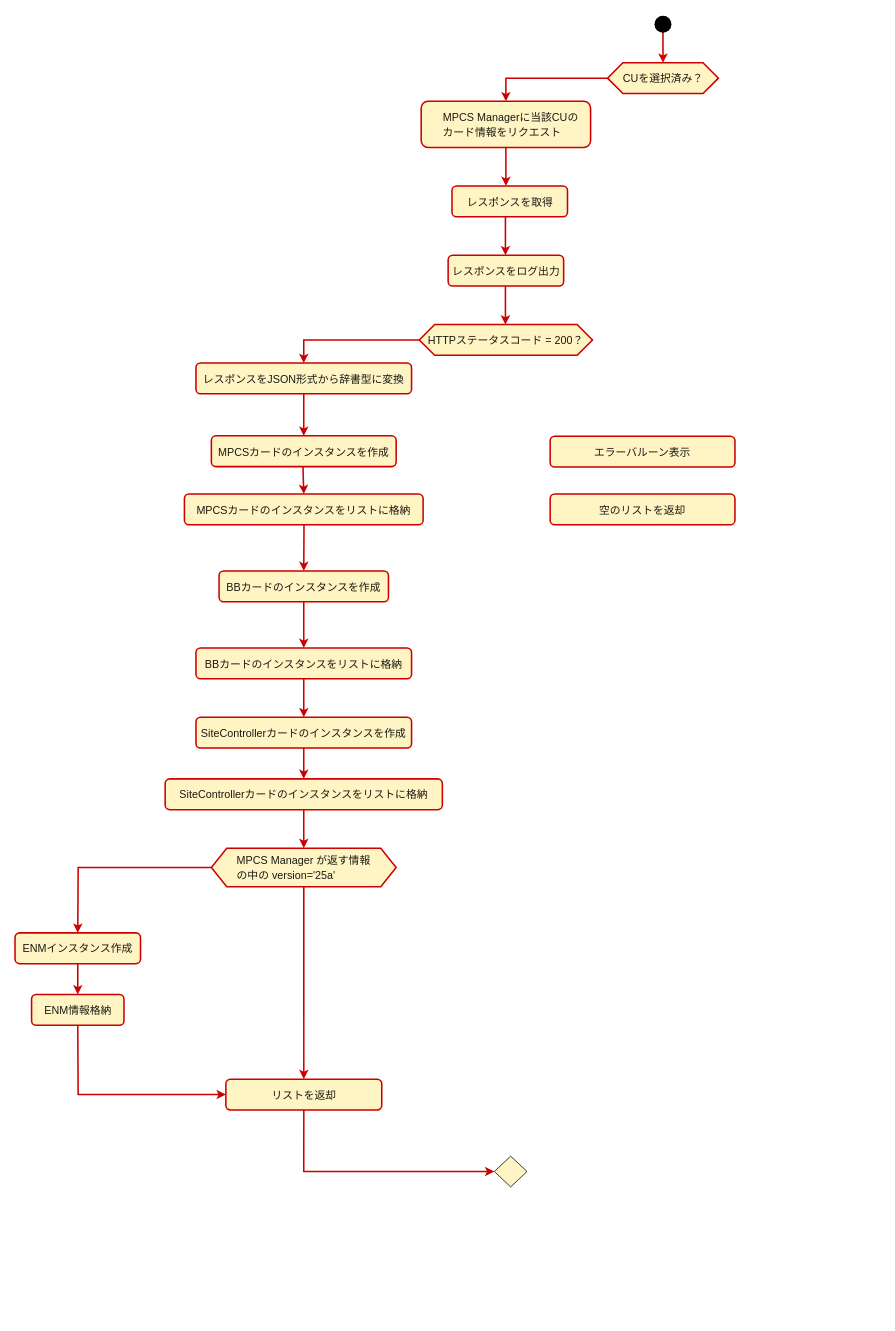
Earlier version of the draw.io diagram 未命名绘图.drawio (Neoby-han/anyconnet). Source tidied: cells renumbered, new cells numbered last; positions are measured from the earlier drawing's top-left corner, leaving out a move shared by most shapes. Both pictures are drawn from the tidied source at 77%, with x=0, y=0 at pixel (15, 16).
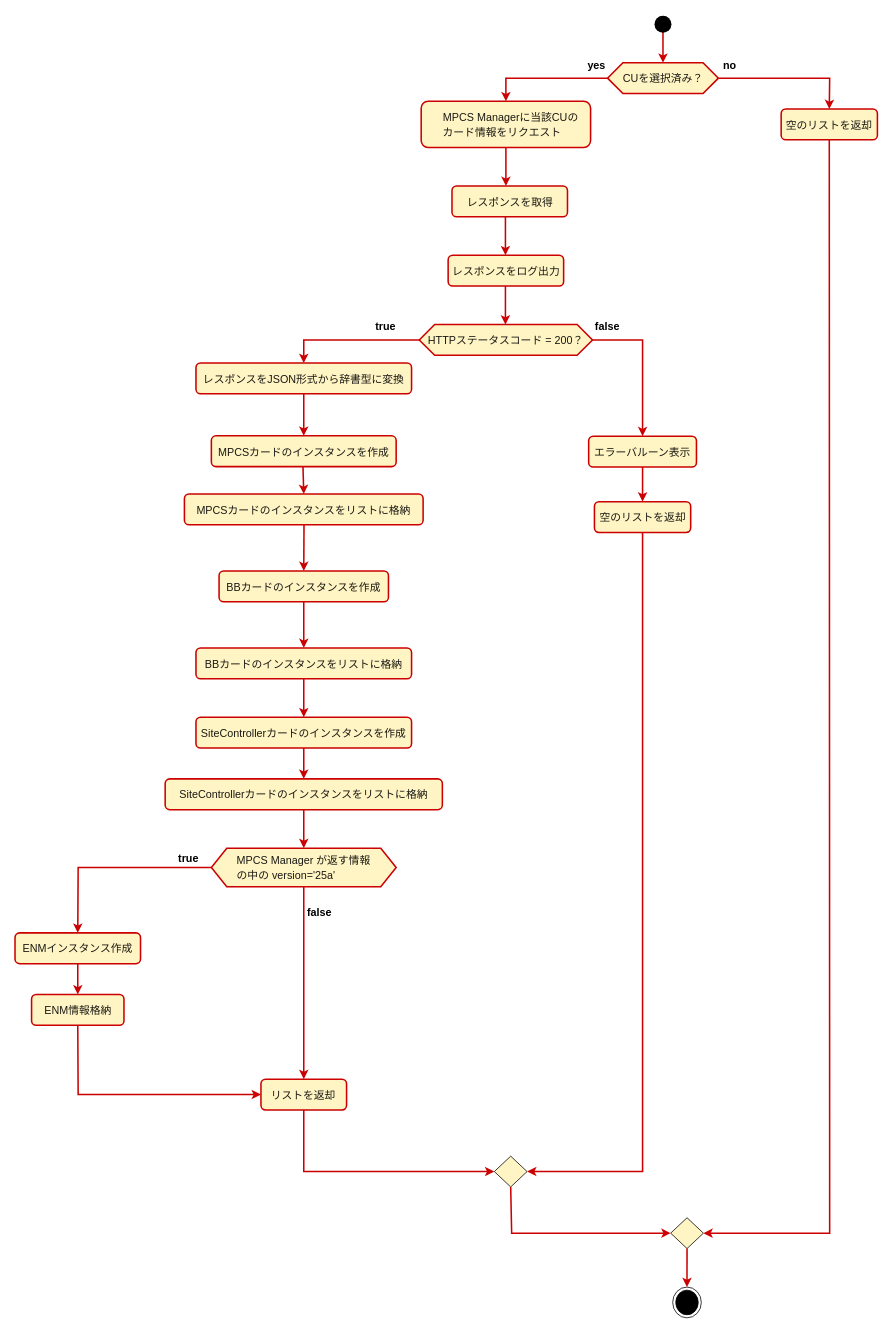
Above is the later version.

Commit message (it also covers changes not shown here):
更新未命名绘图.drawio

The change refers to these unchanged cells:
```xml
<mxCell id="2" value="&lt;pre style=&quot;margin-top: 0px; margin-bottom: 0px; padding: 0px; border: 0px; font-variant-numeric: inherit; font-variant-east-asian: inherit; font-variant-alternates: inherit; font-variant-position: inherit; font-variant-emoji: inherit; font-stretch: inherit; font-size: 16px; line-height: inherit; font-family: inherit; font-optical-sizing: inherit; font-size-adjust: inherit; font-kerning: inherit; font-feature-settings: inherit; font-variation-settings: inherit; vertical-align: baseline; color: rgba(0, 0, 0, 0.9); text-align: start;&quot;&gt;&lt;code style=&quot;margin: 0px 8px; padding: 2px 4px; border: none; font-style: inherit; font-variant: inherit; font-weight: inherit; font-stretch: inherit; font-size: 14px; line-height: inherit; font-family: inherit; font-optical-sizing: inherit; font-size-adjust: inherit; font-kerning: inherit; font-feature-settings: inherit; font-variation-settings: inherit; vertical-align: baseline; word-break: break-word; border-radius: 4px; color: var(--yb-md-inline-code-color);&quot;&gt;CUを選択済み？&lt;/code&gt;&lt;/pre&gt;" style="shape=hexagon;perimeter=hexagonPerimeter2;whiteSpace=wrap;html=1;fixedSize=1;fillColor=#FFF4C3;strokeColor=#CC0000;strokeWidth=2;fillStyle=auto;" parent="1" vertex="1">
  <mxGeometry x="769.5" y="60" width="144" height="40" as="geometry" />
</mxCell>
<mxCell id="12" value="&lt;pre style=&quot;margin-top: 0px; margin-bottom: 0px; padding: 0px; border: 0px; font-variant-numeric: inherit; font-variant-east-asian: inherit; font-variant-alternates: inherit; font-variant-position: inherit; font-variant-emoji: inherit; font-stretch: inherit; font-size: 16px; line-height: inherit; font-family: inherit; font-optical-sizing: inherit; font-size-adjust: inherit; font-kerning: inherit; font-feature-settings: inherit; font-variation-settings: inherit; vertical-align: baseline; color: rgba(0, 0, 0, 0.9); text-align: start;&quot;&gt;&lt;pre style=&quot;margin-top: 0px; margin-bottom: 0px; padding: 0px; border: 0px; font-variant-numeric: inherit; font-variant-east-asian: inherit; font-variant-alternates: inherit; font-variant-position: inherit; font-variant-emoji: inherit; font-stretch: inherit; line-height: inherit; font-family: inherit; font-optical-sizing: inherit; font-size-adjust: inherit; font-kerning: inherit; font-feature-settings: inherit; font-variation-settings: inherit; vertical-align: baseline;&quot;&gt;&lt;code style=&quot;margin: 0px 8px; padding: 2px 4px; border: none; font-style: inherit; font-variant: inherit; font-weight: inherit; font-stretch: inherit; font-size: 14px; line-height: inherit; font-family: inherit; font-optical-sizing: inherit; font-size-adjust: inherit; font-kerning: inherit; font-feature-settings: inherit; font-variation-settings: inherit; vertical-align: baseline; word-break: break-word; border-radius: 4px; color: var(--yb-md-inline-code-color);&quot;&gt;HTTPステータスコード = 200？&lt;/code&gt;&lt;/pre&gt;&lt;/pre&gt;" style="shape=hexagon;perimeter=hexagonPerimeter2;whiteSpace=wrap;html=1;fixedSize=1;fillColor=#FFF4C3;strokeColor=#CC0000;strokeWidth=2;fillStyle=auto;" parent="1" vertex="1">
  <mxGeometry x="525" y="400" width="225" height="40" as="geometry" />
</mxCell>
<mxCell id="37" style="rhombus;whiteSpace=wrap;html=1;fillColor=#FFF4C3;" parent="1" vertex="1">
  <mxGeometry x="622.5" y="1480" width="42.5" height="40" as="geometry" />
</mxCell>
```

Change to the diagram source:
```diff
@@
     <mxCell id="25" value="&lt;pre style=&quot;margin-top: 0px; margin-bottom: 0px; padding: 0px; border: 0px; font-variant-numeric: inherit; font-variant-east-asian: inherit; font-variant-alternates: inherit; font-variant-position: inherit; font-variant-emoji: inherit; font-stretch: inherit; font-size: 16px; line-height: inherit; font-family: inherit; font-optical-sizing: inherit; font-size-adjust: inherit; font-kerning: inherit; font-feature-settings: inherit; font-variation-settings: inherit; vertical-align: baseline; color: rgba(0, 0, 0, 0.9); text-align: start;&quot;&gt;&lt;pre style=&quot;margin-top: 0px; margin-bottom: 0px; padding: 0px; border: 0px; font-variant-numeric: inherit; font-variant-east-asian: inherit; font-variant-alternates: inherit; font-variant-position: inherit; font-variant-emoji: inherit; font-stretch: inherit; line-height: inherit; font-family: inherit; font-optical-sizing: inherit; font-size-adjust: inherit; font-kerning: inherit; font-feature-settings: inherit; font-variation-settings: inherit; vertical-align: baseline;&quot;&gt;&lt;pre style=&quot;margin-top: 0px; margin-bottom: 0px; padding: 0px; border: 0px; font-variant-numeric: inherit; font-variant-east-asian: inherit; font-variant-alternates: inherit; font-variant-position: inherit; font-variant-emoji: inherit; font-stretch: inherit; line-height: inherit; font-family: inherit; font-optical-sizing: inherit; font-size-adjust: inherit; font-kerning: inherit; font-feature-settings: inherit; font-variation-settings: inherit; vertical-align: baseline;&quot;&gt;&lt;pre style=&quot;margin-top: 0px; margin-bottom: 0px; padding: 0px; border: 0px; font-variant-numeric: inherit; font-variant-east-asian: inherit; font-variant-alternates: inherit; font-variant-position: inherit; font-variant-emoji: inherit; font-stretch: inherit; line-height: inherit; font-family: inherit; font-optical-sizing: inherit; font-size-adjust: inherit; font-kerning: inherit; font-feature-settings: inherit; font-variation-settings: inherit; vertical-align: baseline;&quot;&gt;&lt;pre style=&quot;margin-top: 0px; margin-bottom: 0px; padding: 0px; border: 0px; font-variant-numeric: inherit; font-variant-east-asian: inherit; font-variant-alternates: inherit; font-variant-position: inherit; font-variant-emoji: inherit; font-stretch: inherit; line-height: inherit; font-family: inherit; font-optical-sizing: inherit; font-size-adjust: inherit; font-kerning: inherit; font-feature-settings: inherit; font-variation-settings: inherit; vertical-align: baseline;&quot;&gt;&lt;code style=&quot;margin: 0px 8px; padding: 2px 4px; border: none; font-style: inherit; font-variant: inherit; font-weight: inherit; font-stretch: inherit; font-size: 14px; line-height: inherit; font-family: inherit; font-optical-sizing: inherit; font-size-adjust: inherit; font-kerning: inherit; font-feature-settings: inherit; font-variation-settings: inherit; vertical-align: baseline; word-break: break-word; border-radius: 4px; color: var(--yb-md-inline-code-color);&quot;&gt;リストを返却&lt;/code&gt;&lt;/pre&gt;&lt;/pre&gt;&lt;/pre&gt;&lt;/pre&gt;&lt;/pre&gt;" style="rounded=1;whiteSpace=wrap;html=1;strokeColor=#CC0000;strokeWidth=2;fillColor=#FFF4C3;" parent="1" vertex="1">
-      <mxGeometry x="273.8" y="1380" width="202.5" height="40" as="geometry" />
+      <mxGeometry x="319.4" y="1380" width="111.2" height="40" as="geometry" />
     </mxCell>
@@
     <mxCell id="39" value="&lt;pre style=&quot;margin-top: 0px; margin-bottom: 0px; padding: 0px; border: 0px; font-variant-numeric: inherit; font-variant-east-asian: inherit; font-variant-alternates: inherit; font-variant-position: inherit; font-variant-emoji: inherit; font-stretch: inherit; font-size: 16px; line-height: inherit; font-family: inherit; font-optical-sizing: inherit; font-size-adjust: inherit; font-kerning: inherit; font-feature-settings: inherit; font-variation-settings: inherit; vertical-align: baseline; color: rgba(0, 0, 0, 0.9); text-align: start;&quot;&gt;&lt;pre style=&quot;margin-top: 0px; margin-bottom: 0px; padding: 0px; border: 0px; font-variant-numeric: inherit; font-variant-east-asian: inherit; font-variant-alternates: inherit; font-variant-position: inherit; font-variant-emoji: inherit; font-stretch: inherit; line-height: inherit; font-family: inherit; font-optical-sizing: inherit; font-size-adjust: inherit; font-kerning: inherit; font-feature-settings: inherit; font-variation-settings: inherit; vertical-align: baseline;&quot;&gt;&lt;pre style=&quot;margin-top: 0px; margin-bottom: 0px; padding: 0px; border: 0px; font-variant-numeric: inherit; font-variant-east-asian: inherit; font-variant-alternates: inherit; font-variant-position: inherit; font-variant-emoji: inherit; font-stretch: inherit; line-height: inherit; font-family: inherit; font-optical-sizing: inherit; font-size-adjust: inherit; font-kerning: inherit; font-feature-settings: inherit; font-variation-settings: inherit; vertical-align: baseline;&quot;&gt;&lt;pre style=&quot;margin-top: 0px; margin-bottom: 0px; padding: 0px; border: 0px; font-variant-numeric: inherit; font-variant-east-asian: inherit; font-variant-alternates: inherit; font-variant-position: inherit; font-variant-emoji: inherit; font-stretch: inherit; line-height: inherit; font-family: inherit; font-optical-sizing: inherit; font-size-adjust: inherit; font-kerning: inherit; font-feature-settings: inherit; font-variation-settings: inherit; vertical-align: baseline;&quot;&gt;&lt;pre style=&quot;margin-top: 0px; margin-bottom: 0px; padding: 0px; border: 0px; font-variant-numeric: inherit; font-variant-east-asian: inherit; font-variant-alternates: inherit; font-variant-position: inherit; font-variant-emoji: inherit; font-stretch: inherit; line-height: inherit; font-family: inherit; font-optical-sizing: inherit; font-size-adjust: inherit; font-kerning: inherit; font-feature-settings: inherit; font-variation-settings: inherit; vertical-align: baseline;&quot;&gt;&lt;pre style=&quot;margin-top: 0px; margin-bottom: 0px; padding: 0px; border: 0px; font-variant-numeric: inherit; font-variant-east-asian: inherit; font-variant-alternates: inherit; font-variant-position: inherit; font-variant-emoji: inherit; font-stretch: inherit; line-height: inherit; font-family: inherit; font-optical-sizing: inherit; font-size-adjust: inherit; font-kerning: inherit; font-feature-settings: inherit; font-variation-settings: inherit; vertical-align: baseline;&quot;&gt;&lt;code style=&quot;margin: 0px 8px; padding: 2px 4px; border: none; font-style: inherit; font-variant: inherit; font-weight: inherit; font-stretch: inherit; font-size: 14px; line-height: inherit; font-family: inherit; font-optical-sizing: inherit; font-size-adjust: inherit; font-kerning: inherit; font-feature-settings: inherit; font-variation-settings: inherit; vertical-align: baseline; word-break: break-word; border-radius: 4px; color: var(--yb-md-inline-code-color);&quot;&gt;エラーバルーン表示&lt;/code&gt;&lt;/pre&gt;&lt;/pre&gt;&lt;/pre&gt;&lt;/pre&gt;&lt;/pre&gt;&lt;/pre&gt;" style="rounded=1;whiteSpace=wrap;html=1;strokeColor=#CC0000;strokeWidth=2;fillColor=#FFF4C3;" parent="1" vertex="1">
-      <mxGeometry x="695" y="545" width="240" height="40" as="geometry" />
+      <mxGeometry x="745" y="545" width="140" height="40" as="geometry" />
     </mxCell>
     <mxCell id="40" value="&lt;pre style=&quot;margin-top: 0px; margin-bottom: 0px; padding: 0px; border: 0px; font-variant-numeric: inherit; font-variant-east-asian: inherit; font-variant-alternates: inherit; font-variant-position: inherit; font-variant-emoji: inherit; font-stretch: inherit; font-size: 16px; line-height: inherit; font-family: inherit; font-optical-sizing: inherit; font-size-adjust: inherit; font-kerning: inherit; font-feature-settings: inherit; font-variation-settings: inherit; vertical-align: baseline; color: rgba(0, 0, 0, 0.9); text-align: start;&quot;&gt;&lt;pre style=&quot;margin-top: 0px; margin-bottom: 0px; padding: 0px; border: 0px; font-variant-numeric: inherit; font-variant-east-asian: inherit; font-variant-alternates: inherit; font-variant-position: inherit; font-variant-emoji: inherit; font-stretch: inherit; line-height: inherit; font-family: inherit; font-optical-sizing: inherit; font-size-adjust: inherit; font-kerning: inherit; font-feature-settings: inherit; font-variation-settings: inherit; vertical-align: baseline;&quot;&gt;&lt;pre style=&quot;margin-top: 0px; margin-bottom: 0px; padding: 0px; border: 0px; font-variant-numeric: inherit; font-variant-east-asian: inherit; font-variant-alternates: inherit; font-variant-position: inherit; font-variant-emoji: inherit; font-stretch: inherit; line-height: inherit; font-family: inherit; font-optical-sizing: inherit; font-size-adjust: inherit; font-kerning: inherit; font-feature-settings: inherit; font-variation-settings: inherit; vertical-align: baseline;&quot;&gt;&lt;pre style=&quot;margin-top: 0px; margin-bottom: 0px; padding: 0px; border: 0px; font-variant-numeric: inherit; font-variant-east-asian: inherit; font-variant-alternates: inherit; font-variant-position: inherit; font-variant-emoji: inherit; font-stretch: inherit; line-height: inherit; font-family: inherit; font-optical-sizing: inherit; font-size-adjust: inherit; font-kerning: inherit; font-feature-settings: inherit; font-variation-settings: inherit; vertical-align: baseline;&quot;&gt;&lt;pre style=&quot;margin-top: 0px; margin-bottom: 0px; padding: 0px; border: 0px; font-variant-numeric: inherit; font-variant-east-asian: inherit; font-variant-alternates: inherit; font-variant-position: inherit; font-variant-emoji: inherit; font-stretch: inherit; line-height: inherit; font-family: inherit; font-optical-sizing: inherit; font-size-adjust: inherit; font-kerning: inherit; font-feature-settings: inherit; font-variation-settings: inherit; vertical-align: baseline;&quot;&gt;&lt;pre style=&quot;margin-top: 0px; margin-bottom: 0px; padding: 0px; border: 0px; font-variant-numeric: inherit; font-variant-east-asian: inherit; font-variant-alternates: inherit; font-variant-position: inherit; font-variant-emoji: inherit; font-stretch: inherit; line-height: inherit; font-family: inherit; font-optical-sizing: inherit; font-size-adjust: inherit; font-kerning: inherit; font-feature-settings: inherit; font-variation-settings: inherit; vertical-align: baseline;&quot;&gt;&lt;code style=&quot;margin: 0px 8px; padding: 2px 4px; border: none; font-style: inherit; font-variant: inherit; font-weight: inherit; font-stretch: inherit; font-size: 14px; line-height: inherit; font-family: inherit; font-optical-sizing: inherit; font-size-adjust: inherit; font-kerning: inherit; font-feature-settings: inherit; font-variation-settings: inherit; vertical-align: baseline; word-break: break-word; border-radius: 4px; color: var(--yb-md-inline-code-color);&quot;&gt;空のリストを返却&lt;/code&gt;&lt;/pre&gt;&lt;/pre&gt;&lt;/pre&gt;&lt;/pre&gt;&lt;/pre&gt;&lt;/pre&gt;" style="rounded=1;whiteSpace=wrap;html=1;strokeColor=#CC0000;strokeWidth=2;fillColor=#FFF4C3;" parent="1" vertex="1">
-      <mxGeometry x="695" y="620" width="240" height="40" as="geometry" />
+      <mxGeometry x="752.5" y="630" width="125" height="40" as="geometry" />
     </mxCell>
+    <mxCell id="41" style="endArrow=classic;html=1;rounded=0;strokeColor=#CC0000;strokeWidth=2;exitX=1;exitY=0.5;exitDx=0;exitDy=0;entryX=0.5;entryY=0;entryDx=0;entryDy=0;" parent="1" edge="1" source="12" target="39">
+      <mxGeometry relative="1" as="geometry">
+        <Array as="points">
+          <mxPoint x="815" y="420" />
+        </Array>
+      </mxGeometry>
+    </mxCell>
+    <mxCell id="42" style="endArrow=classic;html=1;rounded=0;strokeColor=#CC0000;strokeWidth=2;exitX=0.5;exitY=1;exitDx=0;exitDy=0;" parent="1" edge="1" source="39" target="40">
+      <mxGeometry relative="1" as="geometry" />
+    </mxCell>
+    <mxCell id="43" style="endArrow=classic;html=1;rounded=0;strokeColor=#CC0000;strokeWidth=2;entryX=1;entryY=0.5;entryDx=0;entryDy=0;exitX=0.5;exitY=1;exitDx=0;exitDy=0;" parent="1" edge="1" source="40" target="37">
+      <mxGeometry relative="1" as="geometry">
+        <Array as="points">
+          <mxPoint x="815" y="1500" />
+        </Array>
+      </mxGeometry>
+    </mxCell>
+    <mxCell id="44" value="&lt;pre style=&quot;margin-top: 0px; margin-bottom: 0px; padding: 0px; border: 0px; font-variant-numeric: inherit; font-variant-east-asian: inherit; font-variant-alternates: inherit; font-variant-position: inherit; font-variant-emoji: inherit; font-stretch: inherit; font-size: 16px; line-height: inherit; font-family: inherit; font-optical-sizing: inherit; font-size-adjust: inherit; font-kerning: inherit; font-feature-settings: inherit; font-variation-settings: inherit; vertical-align: baseline; color: rgba(0, 0, 0, 0.9); text-align: start;&quot;&gt;&lt;pre style=&quot;margin-top: 0px; margin-bottom: 0px; padding: 0px; border: 0px; font-variant-numeric: inherit; font-variant-east-asian: inherit; font-variant-alternates: inherit; font-variant-position: inherit; font-variant-emoji: inherit; font-stretch: inherit; line-height: inherit; font-family: inherit; font-optical-sizing: inherit; font-size-adjust: inherit; font-kerning: inherit; font-feature-settings: inherit; font-variation-settings: inherit; vertical-align: baseline;&quot;&gt;&lt;pre style=&quot;margin-top: 0px; margin-bottom: 0px; padding: 0px; border: 0px; font-variant-numeric: inherit; font-variant-east-asian: inherit; font-variant-alternates: inherit; font-variant-position: inherit; font-variant-emoji: inherit; font-stretch: inherit; line-height: inherit; font-family: inherit; font-optical-sizing: inherit; font-size-adjust: inherit; font-kerning: inherit; font-feature-settings: inherit; font-variation-settings: inherit; vertical-align: baseline;&quot;&gt;&lt;pre style=&quot;margin-top: 0px; margin-bottom: 0px; padding: 0px; border: 0px; font-variant-numeric: inherit; font-variant-east-asian: inherit; font-variant-alternates: inherit; font-variant-position: inherit; font-variant-emoji: inherit; font-stretch: inherit; line-height: inherit; font-family: inherit; font-optical-sizing: inherit; font-size-adjust: inherit; font-kerning: inherit; font-feature-settings: inherit; font-variation-settings: inherit; vertical-align: baseline;&quot;&gt;&lt;pre style=&quot;margin-top: 0px; margin-bottom: 0px; padding: 0px; border: 0px; font-variant-numeric: inherit; font-variant-east-asian: inherit; font-variant-alternates: inherit; font-variant-position: inherit; font-variant-emoji: inherit; font-stretch: inherit; line-height: inherit; font-family: inherit; font-optical-sizing: inherit; font-size-adjust: inherit; font-kerning: inherit; font-feature-settings: inherit; font-variation-settings: inherit; vertical-align: baseline;&quot;&gt;&lt;pre style=&quot;margin-top: 0px; margin-bottom: 0px; padding: 0px; border: 0px; font-variant-numeric: inherit; font-variant-east-asian: inherit; font-variant-alternates: inherit; font-variant-position: inherit; font-variant-emoji: inherit; font-stretch: inherit; line-height: inherit; font-family: inherit; font-optical-sizing: inherit; font-size-adjust: inherit; font-kerning: inherit; font-feature-settings: inherit; font-variation-settings: inherit; vertical-align: baseline;&quot;&gt;&lt;code style=&quot;margin: 0px 8px; padding: 2px 4px; border: none; font-style: inherit; font-variant: inherit; font-weight: inherit; font-stretch: inherit; font-size: 14px; line-height: inherit; font-family: inherit; font-optical-sizing: inherit; font-size-adjust: inherit; font-kerning: inherit; font-feature-settings: inherit; font-variation-settings: inherit; vertical-align: baseline; word-break: break-word; border-radius: 4px; color: var(--yb-md-inline-code-color);&quot;&gt;空のリストを返却&lt;/code&gt;&lt;/pre&gt;&lt;/pre&gt;&lt;/pre&gt;&lt;/pre&gt;&lt;/pre&gt;&lt;/pre&gt;" style="rounded=1;whiteSpace=wrap;html=1;strokeColor=#CC0000;strokeWidth=2;fillColor=#FFF4C3;" parent="1" vertex="1">
+      <mxGeometry x="995" y="120" width="125" height="40" as="geometry" />
+    </mxCell>
+    <mxCell id="45" style="endArrow=classic;html=1;rounded=0;strokeColor=#CC0000;strokeWidth=2;exitX=1;exitY=0.5;exitDx=0;exitDy=0;entryX=0.5;entryY=0;entryDx=0;entryDy=0;" parent="1" edge="1" source="2" target="44">
+      <mxGeometry relative="1" as="geometry">
+        <Array as="points">
+          <mxPoint x="1058" y="80" />
+        </Array>
+      </mxGeometry>
+    </mxCell>
+    <mxCell id="46" style="endArrow=classic;html=1;rounded=0;strokeColor=#CC0000;strokeWidth=2;exitX=0.5;exitY=1;exitDx=0;exitDy=0;entryX=1;entryY=0.5;entryDx=0;entryDy=0;" parent="1" edge="1" source="44" target="47">
+      <mxGeometry relative="1" as="geometry">
+        <Array as="points">
+          <mxPoint x="1058" y="1580" />
+        </Array>
+      </mxGeometry>
+    </mxCell>
+    <mxCell id="47" style="rhombus;whiteSpace=wrap;html=1;fillColor=#FFF4C3;" parent="1" vertex="1">
+      <mxGeometry x="851.5" y="1560" width="42.5" height="40" as="geometry" />
+    </mxCell>
+    <mxCell id="48" style="endArrow=classic;html=1;rounded=0;strokeColor=#CC0000;strokeWidth=2;entryX=0;entryY=0.5;entryDx=0;entryDy=0;exitX=0.5;exitY=1;exitDx=0;exitDy=0;" parent="1" edge="1" source="37" target="47">
+      <mxGeometry relative="1" as="geometry">
+        <Array as="points">
+          <mxPoint x="645" y="1580" />
+        </Array>
+      </mxGeometry>
+    </mxCell>
+    <mxCell id="49" style="ellipse;html=1;shape=endState;fillColor=#000000;strokeColor=#000000;" parent="1" vertex="1">
+      <mxGeometry x="854.1" y="1650" width="37.2" height="40" as="geometry" />
+    </mxCell>
+    <mxCell id="50" style="endArrow=classic;html=1;rounded=0;strokeColor=#CC0000;strokeWidth=2;entryX=0.5;entryY=0;entryDx=0;entryDy=0;exitX=0.5;exitY=1;exitDx=0;exitDy=0;" parent="1" edge="1" source="47" target="49">
+      <mxGeometry relative="1" as="geometry" />
+    </mxCell>
+    <mxCell id="51" value="&lt;font style=&quot;font-size: 14px;&quot;&gt;yes&lt;/font&gt;" style="text;strokeColor=none;fillColor=none;html=1;fontSize=24;fontStyle=1;verticalAlign=middle;align=center;" parent="1" vertex="1">
+      <mxGeometry x="705" y="40" width="100" height="40" as="geometry" />
+    </mxCell>
+    <mxCell id="52" value="&lt;font style=&quot;font-size: 14px;&quot;&gt;no&lt;/font&gt;" style="text;strokeColor=none;fillColor=none;html=1;fontSize=24;fontStyle=1;verticalAlign=middle;align=center;" parent="1" vertex="1">
+      <mxGeometry x="877.5" y="40" width="100" height="40" as="geometry" />
+    </mxCell>
+    <mxCell id="53" value="&lt;font style=&quot;font-size: 14px;&quot;&gt;true&lt;/font&gt;" style="text;strokeColor=none;fillColor=none;html=1;fontSize=24;fontStyle=1;verticalAlign=middle;align=center;" parent="1" vertex="1">
+      <mxGeometry x="430.6" y="380" width="100" height="40" as="geometry" />
+    </mxCell>
+    <mxCell id="54" value="&lt;font style=&quot;font-size: 14px;&quot;&gt;false&lt;/font&gt;" style="text;strokeColor=none;fillColor=none;html=1;fontSize=24;fontStyle=1;verticalAlign=middle;align=center;" parent="1" vertex="1">
+      <mxGeometry x="719" y="380" width="100" height="40" as="geometry" />
+    </mxCell>
+    <mxCell id="55" value="&lt;font style=&quot;font-size: 14px;&quot;&gt;true&lt;/font&gt;" style="text;strokeColor=none;fillColor=none;html=1;fontSize=24;fontStyle=1;verticalAlign=middle;align=center;" parent="1" vertex="1">
+      <mxGeometry x="175" y="1070" width="100" height="40" as="geometry" />
+    </mxCell>
+    <mxCell id="56" value="&lt;font style=&quot;font-size: 14px;&quot;&gt;false&lt;/font&gt;" style="text;strokeColor=none;fillColor=none;html=1;fontSize=24;fontStyle=1;verticalAlign=middle;align=center;" parent="1" vertex="1">
+      <mxGeometry x="345" y="1140" width="100" height="40" as="geometry" />
+    </mxCell>
```
